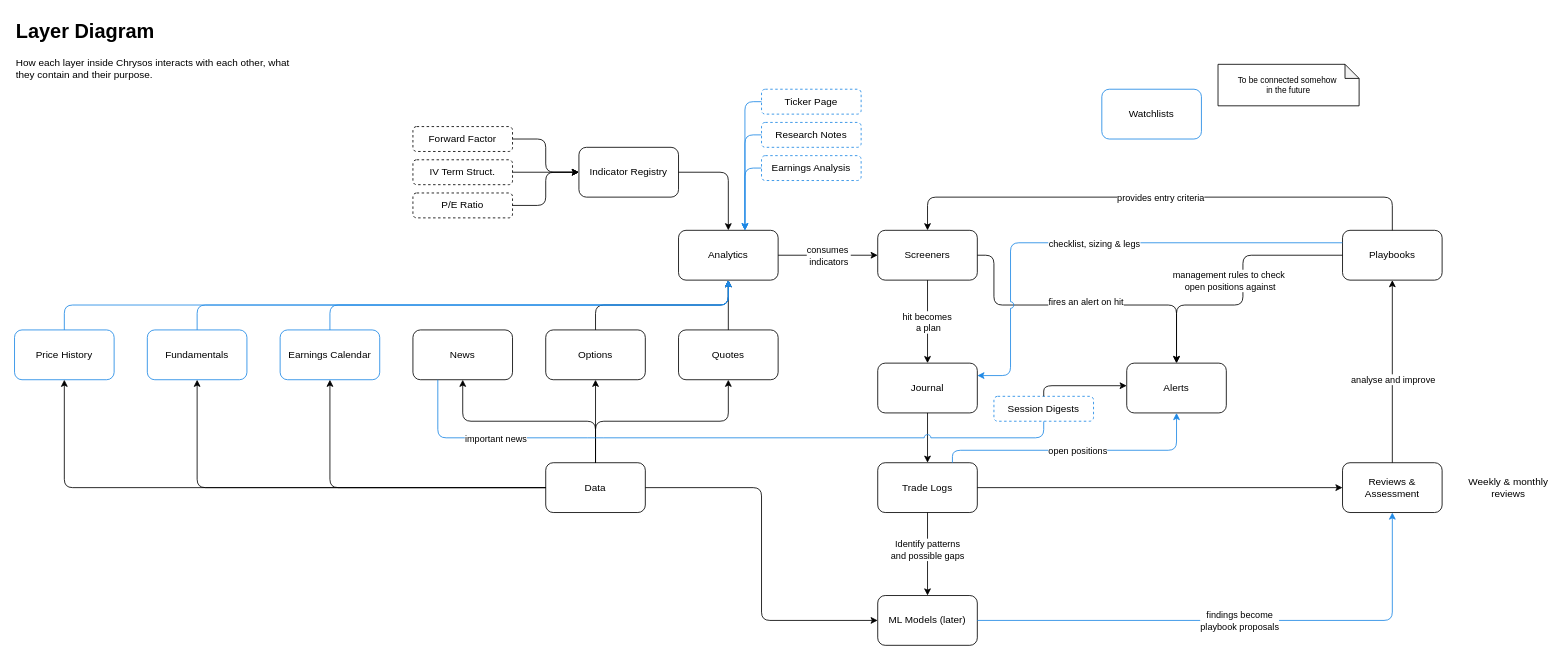
Earlier version of the draw.io diagram docs/diagrams/layers.drawio (Wolfyre243/chrysos). Source tidied: cells renumbered, new cells numbered last; positions are measured from the earlier drawing's top-left corner, leaving out a move shared by most shapes. Both pictures are drawn from the tidied source at 83%, with x=0, y=0 at pixel (14, 14).
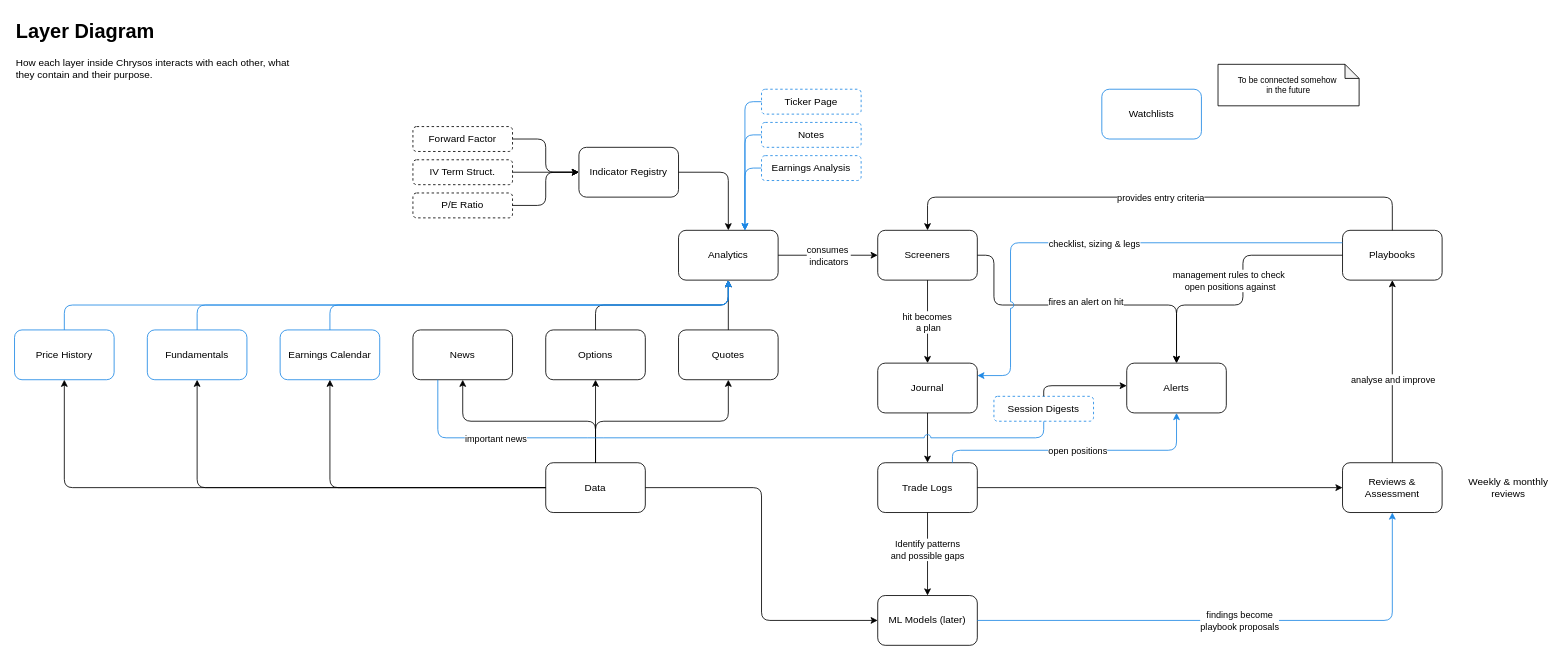
After the change.

Commit message (it also covers changes not shown here):
docs: redesign journal and trade log data model, add notes

What changed in the source:
```diff
@@
-    <mxCell id="53" value="Research Notes" style="rounded=1;whiteSpace=wrap;html=1;roundedPerimeter=1;dashed=1;strokeColor=light-dark(#1E88E5,#FFFFFF);" parent="1" vertex="1">
+    <mxCell id="53" value="Notes" style="rounded=1;whiteSpace=wrap;html=1;roundedPerimeter=1;dashed=1;strokeColor=light-dark(#1E88E5,#FFFFFF);" parent="1" vertex="1">
       <mxGeometry x="900" y="130" width="120" height="30" as="geometry" />
     </mxCell>
```
